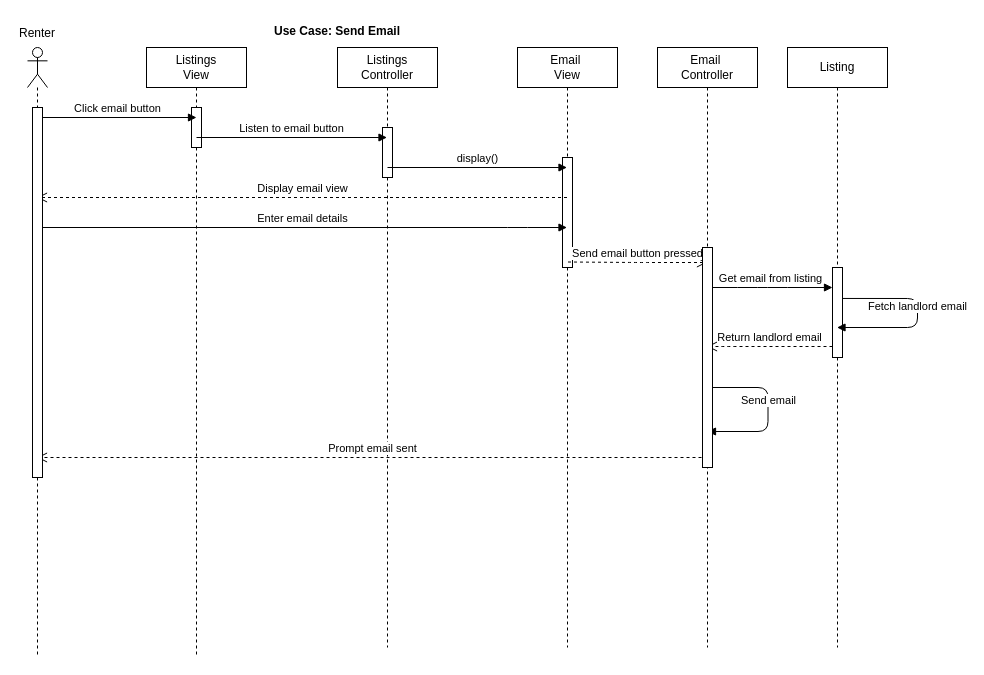
The draw.io diagram page "Send Email" (3 of 10) of SequenceDiagrams.drawio in ryan-holt/ENSF480FinalProject, before the edit. Source tidied: cells renumbered, new cells numbered last; positions are measured from the earlier drawing's top-left corner, leaving out a move shared by most shapes. Both pictures are drawn from the tidied source at 100%, with x=0, y=0 at pixel (17, 17).
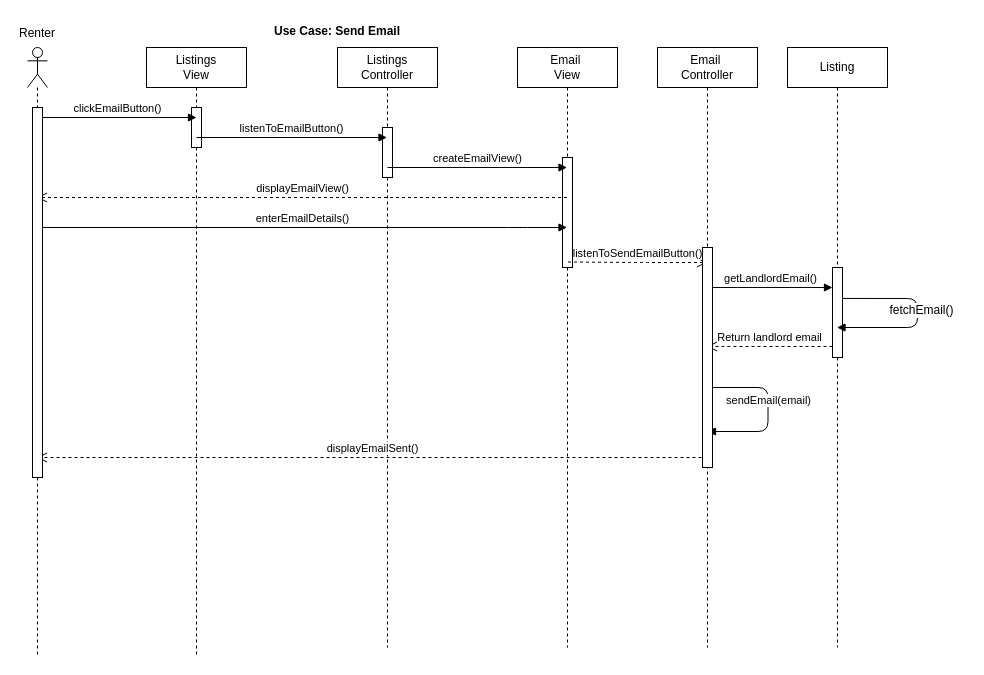
After the change.

The change refers to these unchanged cells:
```xml
<mxCell id="2" style="shape=umlLifeline;participant=umlActor;perimeter=lifelinePerimeter;whiteSpace=wrap;html=1;verticalAlign=top;spacingTop=36;labelBackgroundColor=#ffffff;outlineConnect=0;" parent="1" vertex="1">
  <mxGeometry x="10" y="30" width="20" height="610" as="geometry" />
</mxCell>
<mxCell id="3" value="Listings&lt;br&gt;Controller" style="shape=umlLifeline;perimeter=lifelinePerimeter;whiteSpace=wrap;html=1;outlineConnect=0;" parent="1" vertex="1">
  <mxGeometry x="320" y="30" width="100" height="600" as="geometry" />
</mxCell>
<mxCell id="5" value="Listing" style="shape=umlLifeline;perimeter=lifelinePerimeter;whiteSpace=wrap;html=1;outlineConnect=0;" parent="1" vertex="1">
  <mxGeometry x="770" y="30" width="100" height="600" as="geometry" />
</mxCell>
<mxCell id="6" style="html=1;points=[];perimeter=orthogonalPerimeter;" parent="5" vertex="1">
  <mxGeometry x="45" y="220" width="10" height="90" as="geometry" />
</mxCell>
<mxCell id="13" value="Email&amp;nbsp;&lt;br&gt;View" style="shape=umlLifeline;perimeter=lifelinePerimeter;whiteSpace=wrap;html=1;outlineConnect=0;" parent="1" vertex="1">
  <mxGeometry x="500" y="30" width="100" height="600" as="geometry" />
</mxCell>
<mxCell id="25" value="Email&amp;nbsp;&lt;br&gt;Controller" style="shape=umlLifeline;perimeter=lifelinePerimeter;whiteSpace=wrap;html=1;outlineConnect=0;" parent="1" vertex="1">
  <mxGeometry x="640" y="30" width="100" height="600" as="geometry" />
</mxCell>
```

Diff of the diagram source:
```diff
@@
-    <mxCell id="7" value="Fetch landlord email" style="html=1;verticalAlign=bottom;endArrow=block;exitX=1;exitY=0.344;exitDx=0;exitDy=0;exitPerimeter=0;" parent="5" edge="1" source="6" target="5">
+    <mxCell id="7" style="html=1;verticalAlign=bottom;endArrow=block;exitX=1;exitY=0.344;exitDx=0;exitDy=0;exitPerimeter=0;" parent="5" edge="1" source="6" target="5">
       <mxGeometry relative="1" as="geometry">
         <Array as="points">
           <mxPoint x="130" y="251" />
           <mxPoint x="130" y="280" />
         </Array>
       </mxGeometry>
     </mxCell>
+    <mxCell id="27" value="fetchEmail()" style="text;html=1;align=center;verticalAlign=middle;labelBackgroundColor=#ffffff;" parent="7" vertex="1">
+      <mxGeometry x="-0.19" y="-12" relative="1" as="geometry">
+        <mxPoint x="15" y="12" as="offset" />
+      </mxGeometry>
+    </mxCell>
@@
-    <mxCell id="11" value="Click email button" style="html=1;verticalAlign=bottom;endArrow=block;" parent="1" edge="1">
+    <mxCell id="11" value="clickEmailButton()" style="html=1;verticalAlign=bottom;endArrow=block;" parent="1" edge="1">
       <mxGeometry relative="1" as="geometry">
         <mxPoint x="20" y="100" as="sourcePoint" />
         <mxPoint x="179" y="100" as="targetPoint" />
       </mxGeometry>
     </mxCell>
-    <mxCell id="12" value="Listen to email button" style="html=1;verticalAlign=bottom;endArrow=block;" parent="1" edge="1" target="3">
+    <mxCell id="12" value="listenToEmailButton()" style="html=1;verticalAlign=bottom;endArrow=block;" parent="1" edge="1" target="3">
       <mxGeometry relative="1" as="geometry">
         <mxPoint x="179" y="120" as="sourcePoint" />
       </mxGeometry>
     </mxCell>
@@
-    <mxCell id="15" value="Display email view" style="html=1;verticalAlign=bottom;endArrow=open;dashed=1;endSize=8;" parent="1" edge="1" source="13" target="2">
+    <mxCell id="15" value="displayEmailView()" style="html=1;verticalAlign=bottom;endArrow=open;dashed=1;endSize=8;" parent="1" edge="1" source="13" target="2">
       <mxGeometry relative="1" as="geometry">
         <Array as="points">
           <mxPoint x="510" y="180" />
           <mxPoint x="130" y="180" />
         </Array>
       </mxGeometry>
     </mxCell>
-    <mxCell id="16" value="Enter email details" style="html=1;verticalAlign=bottom;endArrow=block;" parent="1" edge="1" source="2" target="13">
+    <mxCell id="16" value="enterEmailDetails()" style="html=1;verticalAlign=bottom;endArrow=block;" parent="1" edge="1" source="2" target="13">
       <mxGeometry relative="1" as="geometry">
         <Array as="points">
           <mxPoint x="500" y="210" />
         </Array>
       </mxGeometry>
     </mxCell>
-    <mxCell id="17" value="display()" style="html=1;verticalAlign=bottom;endArrow=block;" parent="1" edge="1" target="13">
+    <mxCell id="17" value="createEmailView()" style="html=1;verticalAlign=bottom;endArrow=block;" parent="1" edge="1" target="13">
       <mxGeometry relative="1" as="geometry">
         <mxPoint x="370" y="150" as="sourcePoint" />
       </mxGeometry>
     </mxCell>
-    <mxCell id="18" value="Get email from listing" style="html=1;verticalAlign=bottom;endArrow=block;" parent="1" edge="1" source="25" target="6">
+    <mxCell id="18" value="getLandlordEmail()" style="html=1;verticalAlign=bottom;endArrow=block;" parent="1" edge="1" source="25" target="6">
       <mxGeometry relative="1" as="geometry">
         <Array as="points">
           <mxPoint x="730" y="270" />
-          <mxPoint x="760" y="270" />
         </Array>
       </mxGeometry>
     </mxCell>
@@
-    <mxCell id="20" value="Send email" style="html=1;verticalAlign=bottom;endArrow=block;" parent="1" edge="1">
+    <mxCell id="20" value="sendEmail(email)" style="html=1;verticalAlign=bottom;endArrow=block;" parent="1" edge="1">
       <mxGeometry relative="1" as="geometry">
         <mxPoint x="690.5" y="370" as="sourcePoint" />
         <mxPoint x="690" y="414" as="targetPoint" />
         <Array as="points">
           <mxPoint x="750.5" y="370" />
           <mxPoint x="750.5" y="414" />
         </Array>
       </mxGeometry>
     </mxCell>
-    <mxCell id="21" value="Prompt email sent" style="html=1;verticalAlign=bottom;endArrow=open;dashed=1;endSize=8;" parent="1" edge="1" target="2">
+    <mxCell id="21" value="displayEmailSent()" style="html=1;verticalAlign=bottom;endArrow=open;dashed=1;endSize=8;" parent="1" edge="1" target="2">
       <mxGeometry relative="1" as="geometry">
         <mxPoint x="690" y="440" as="sourcePoint" />
       </mxGeometry>
     </mxCell>
@@
-    <mxCell id="24" value="Send email button pressed" style="html=1;verticalAlign=bottom;endArrow=open;dashed=1;endSize=8;" parent="1" edge="1" target="25">
+    <mxCell id="24" value="listenToSendEmailButton()" style="html=1;verticalAlign=bottom;endArrow=open;dashed=1;endSize=8;" parent="1" edge="1" target="25">
       <mxGeometry relative="1" as="geometry">
         <mxPoint x="550.5" y="244.5" as="sourcePoint" />
         <Array as="points">
           <mxPoint x="620" y="245" />
         </Array>
       </mxGeometry>
     </mxCell>
```
